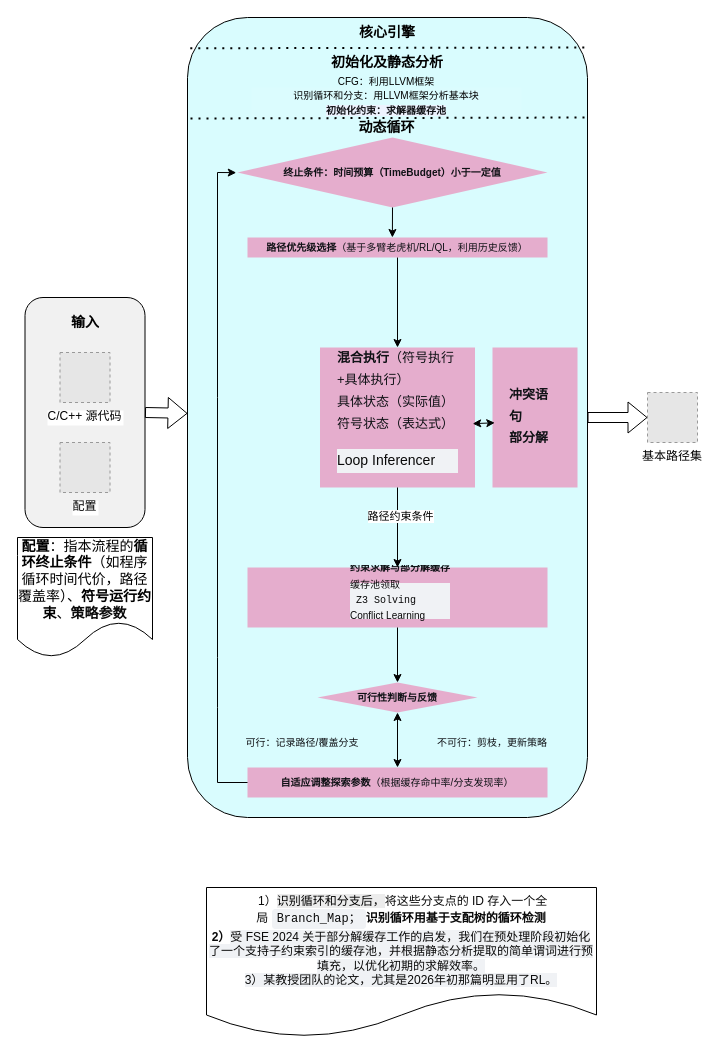
Earlier version of the draw.io diagram 20260329.drawio (William-Practice/William-Practice). Source tidied: cells renumbered, new cells numbered last; positions are measured from the earlier drawing's top-left corner, leaving out a move shared by most shapes. Both pictures are drawn from the tidied source at 100%, with x=0, y=0 at pixel (17, 17). Pictures stored in the file or linked from it are replaced by grey dashed boxes.
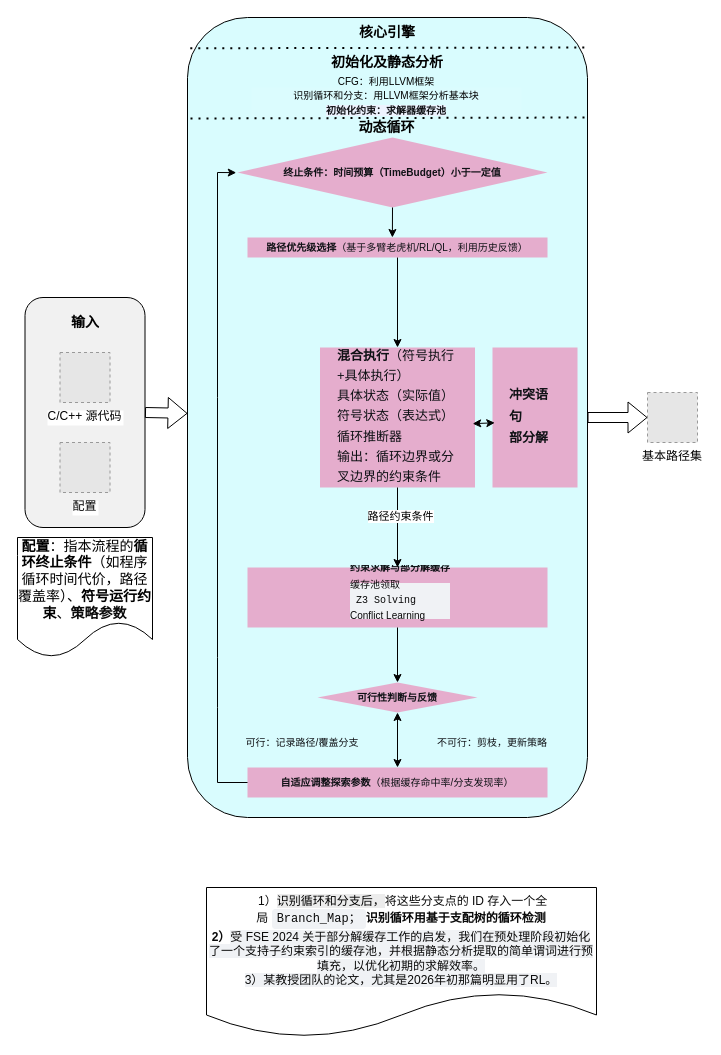
The same diagram, later.

The edit, as a diff of the source:
```diff
@@
-    <mxCell id="19" value="&lt;pre style=&quot;font-variant-numeric: normal; font-variant-east-asian: normal; font-variant-alternates: normal; font-size-adjust: none; font-language-override: normal; font-kerning: auto; font-optical-sizing: auto; font-feature-settings: normal; font-variation-settings: normal; font-variant-position: normal; font-variant-emoji: normal; font-stretch: normal; font-size: 13px; overflow: auto; text-wrap-mode: wrap; word-break: break-all; padding: 0px 16px; color: rgb(15, 17, 21); text-align: start; margin: 0px !important; line-height: 160%;&quot;&gt;&lt;font face=&quot;Helvetica&quot;&gt;&lt;b&gt;混合执行&lt;/b&gt;（符号执行+具体执行）&lt;br&gt;具体状态（实际值）&lt;br&gt;符号状态（表达式）&lt;br&gt;&lt;/font&gt;&lt;pre style=&quot;color: rgb(10, 10, 10); font-size: 14px; background-color: rgb(240, 242, 245); line-height: 160%;&quot;&gt;&lt;code&gt;&lt;font face=&quot;Helvetica&quot;&gt;Loop Inferencer &lt;/font&gt;&lt;/code&gt;&lt;/pre&gt;&lt;/pre&gt;" style="text;html=1;whiteSpace=wrap;strokeColor=0;fillColor=#FF006050;align=center;verticalAlign=middle;rounded=0;" parent="1" vertex="1">
+    <mxCell id="19" value="&lt;pre style=&quot;font-variant-numeric: normal; font-variant-east-asian: normal; font-variant-alternates: normal; font-size-adjust: none; font-language-override: normal; font-kerning: auto; font-optical-sizing: auto; font-feature-settings: normal; font-variation-settings: normal; font-variant-position: normal; font-variant-emoji: normal; font-stretch: normal; overflow: auto; text-wrap-mode: wrap; word-break: break-all; padding: 0px 16px; text-align: start; line-height: 160%; margin: 0px !important; color: rgb(15, 17, 21);&quot;&gt;&lt;font face=&quot;Helvetica&quot; style=&quot;font-size: 13px; line-height: 140%;&quot;&gt;&lt;span style=&quot;color: light-dark(rgb(15, 17, 21), rgb(222, 223, 227));&quot;&gt;&lt;b&gt;混合执行&lt;/b&gt;（符号执行+具体执行）&lt;br&gt;具体状态（实际值）&lt;br&gt;符号状态（表达式）&lt;/span&gt;循环推断器&lt;br&gt;输出：循环边界或分叉边界的约束条件&lt;/font&gt;&lt;/pre&gt;" style="text;html=1;whiteSpace=wrap;strokeColor=0;fillColor=#FF006050;align=center;verticalAlign=middle;rounded=0;" parent="1" vertex="1">
       <mxGeometry x="302.5" y="330" width="155" height="140" as="geometry" />
     </mxCell>
```
